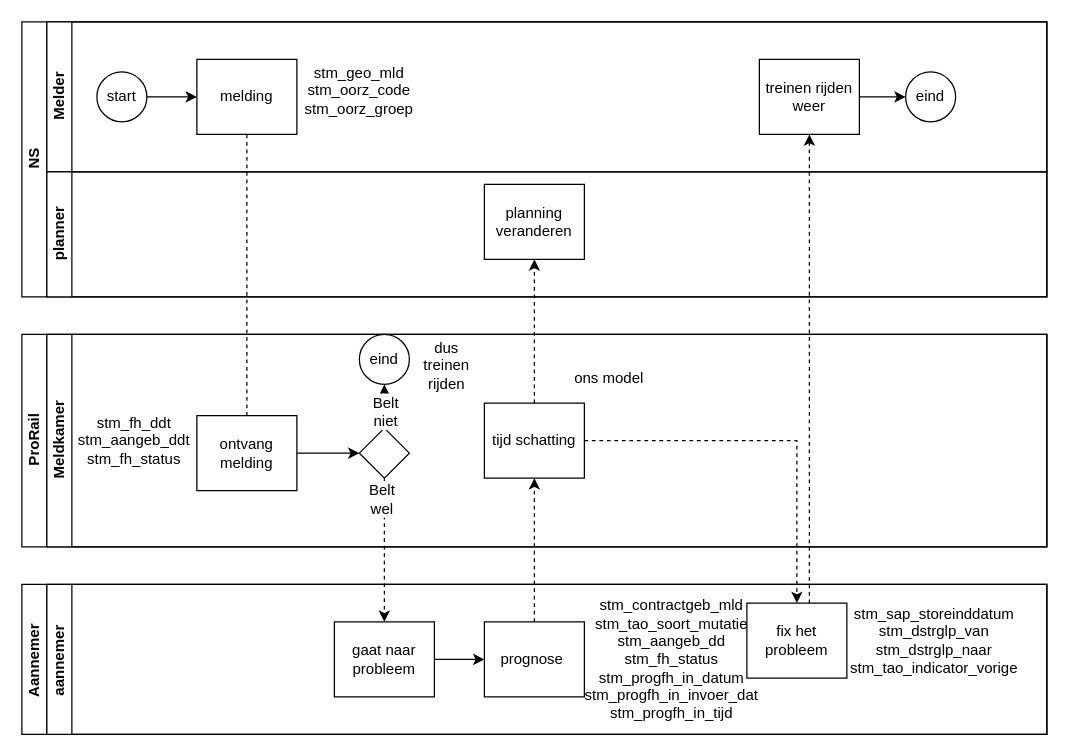
Before: BPMN.drawio in MightyPiggie/data-driven-bussines-ai-2024, a draw.io diagram. Source tidied: cells renumbered, new cells numbered last; positions are measured from the earlier drawing's top-left corner, leaving out a move shared by most shapes. Both pictures are drawn from the tidied source at 125%, with x=0, y=0 at pixel (21, 21).
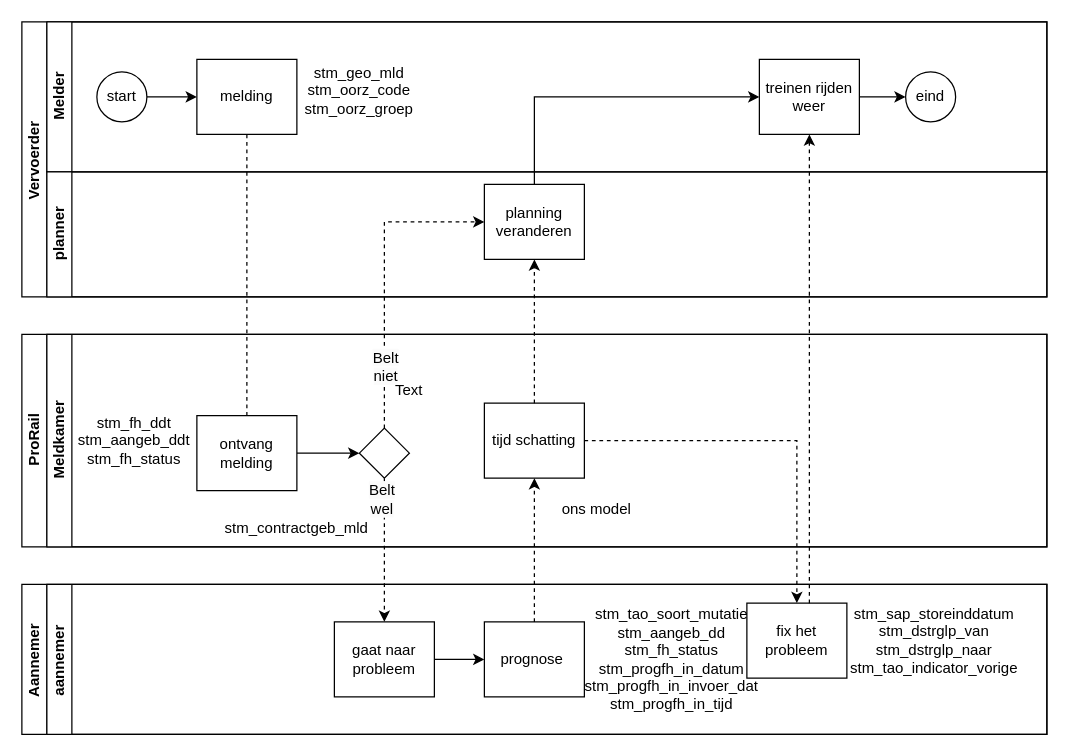
After the change.

The change refers to these unchanged cells:
```xml
<mxCell id="10" value="treinen rijden weer" style="rounded=0;whiteSpace=wrap;html=1;fontFamily=Helvetica;fontSize=12;fontColor=#000000;align=center;" parent="4" vertex="1">
  <mxGeometry x="570" y="30" width="80" height="60" as="geometry" />
</mxCell>
<mxCell id="12" value="planner" style="swimlane;html=1;startSize=20;horizontal=0;" parent="2" vertex="1">
  <mxGeometry x="20" y="120" width="800" height="100" as="geometry" />
</mxCell>
<mxCell id="14" value="planning veranderen" style="rounded=0;whiteSpace=wrap;html=1;fontFamily=Helvetica;fontSize=12;fontColor=#000000;align=center;" parent="12" vertex="1">
  <mxGeometry x="350" y="10" width="80" height="60" as="geometry" />
</mxCell>
<mxCell id="16" value="Meldkamer" style="swimlane;startSize=20;horizontal=0;html=1;" parent="15" vertex="1">
  <mxGeometry x="20" width="800" height="170" as="geometry" />
</mxCell>
<mxCell id="19" style="rhombus;whiteSpace=wrap;html=1;fontFamily=Helvetica;fontSize=12;fontColor=#000000;align=center;" parent="16" vertex="1">
  <mxGeometry x="250" y="75" width="40" height="40" as="geometry" />
</mxCell>
<mxCell id="25" value="aannemer&amp;nbsp;" style="swimlane;startSize=20;horizontal=0;html=1;" parent="24" vertex="1">
  <mxGeometry x="20" width="800" height="120" as="geometry" />
</mxCell>
```

Change to the diagram source:
```diff
@@
-    <mxCell id="2" value="NS" style="swimlane;html=1;horizontal=0;startSize=20;" parent="1" vertex="1">
+    <mxCell id="2" value="Vervoerder&amp;nbsp;" style="swimlane;html=1;horizontal=0;startSize=20;" parent="1" vertex="1">
       <mxGeometry width="820" height="220" as="geometry" />
     </mxCell>
@@
-    <mxCell id="13" value="eind" style="ellipse;whiteSpace=wrap;html=1;fontColor=#000000;" parent="12" vertex="1">
-      <mxGeometry x="250" y="130" width="40" height="40" as="geometry" />
-    </mxCell>
@@
+    <mxCell id="40" style="edgeStyle=orthogonalEdgeStyle;rounded=0;jettySize=auto;html=1;entryX=0;entryY=0.5;entryDx=0;entryDy=0;exitX=0.5;exitY=0;exitDx=0;exitDy=0;" parent="2" edge="1" source="14" target="10">
+      <mxGeometry relative="1" as="geometry" />
+    </mxCell>
@@
-    <mxCell id="20" value="dus treinen rijden" style="text;html=1;align=center;verticalAlign=middle;whiteSpace=wrap;rounded=0;" parent="16" vertex="1">
-      <mxGeometry x="290" y="10" width="60" height="30" as="geometry" />
-    </mxCell>
@@
     <mxCell id="22" value="ons model" style="text;html=1;align=center;verticalAlign=middle;whiteSpace=wrap;rounded=0;" parent="16" vertex="1">
-      <mxGeometry x="420" y="20" width="60" height="30" as="geometry" />
+      <mxGeometry x="410" y="125" width="60" height="30" as="geometry" />
     </mxCell>
@@
+    <mxCell id="41" value="stm_contractgeb_mld" style="text;html=1;align=center;verticalAlign=middle;whiteSpace=wrap;rounded=0;" parent="16" vertex="1">
+      <mxGeometry x="170" y="140" width="60" height="30" as="geometry" />
+    </mxCell>
@@
-    <mxCell id="30" value="&lt;div&gt;stm_contractgeb_mld&lt;/div&gt;&lt;div&gt;stm_tao_soort_mutatie&lt;/div&gt;&lt;div&gt;stm_aangeb_dd&lt;/div&gt;&lt;div&gt;stm_fh_status&lt;/div&gt;&lt;div&gt;stm_progfh_in_datum&lt;br&gt;&lt;/div&gt;&lt;div&gt;stm_progfh_in_invoer_dat&lt;br&gt;&lt;/div&gt;&lt;div&gt;stm_progfh_in_tijd&lt;/div&gt;" style="text;html=1;align=center;verticalAlign=middle;whiteSpace=wrap;rounded=0;" parent="25" vertex="1">
+    <mxCell id="30" value="&lt;div&gt;&lt;span style=&quot;background-color: initial;&quot;&gt;stm_tao_soort_mutatie&lt;/span&gt;&lt;br&gt;&lt;/div&gt;&lt;div&gt;stm_aangeb_dd&lt;/div&gt;&lt;div&gt;stm_fh_status&lt;/div&gt;&lt;div&gt;stm_progfh_in_datum&lt;br&gt;&lt;/div&gt;&lt;div&gt;stm_progfh_in_invoer_dat&lt;br&gt;&lt;/div&gt;&lt;div&gt;stm_progfh_in_tijd&lt;/div&gt;" style="text;html=1;align=center;verticalAlign=middle;whiteSpace=wrap;rounded=0;" parent="25" vertex="1">
       <mxGeometry x="470" y="45" width="60" height="30" as="geometry" />
     </mxCell>
@@
-    <mxCell id="32" style="edgeStyle=orthogonalEdgeStyle;rounded=0;jettySize=auto;html=1;" parent="1" edge="1" source="19" target="13">
-      <mxGeometry relative="1" as="geometry" />
+    <mxCell id="32" style="edgeStyle=orthogonalEdgeStyle;rounded=0;jettySize=auto;html=1;entryX=0;entryY=0.5;entryDx=0;entryDy=0;dashed=1;" parent="1" edge="1" source="19" target="14">
+      <mxGeometry relative="1" as="geometry">
+        <Array as="points">
+          <mxPoint x="290" y="160" />
+        </Array>
+      </mxGeometry>
     </mxCell>
     <mxCell id="33" value="&lt;span style=&quot;font-size: 12px; text-wrap: wrap; background-color: rgb(251, 251, 251);&quot;&gt;Belt niet&lt;/span&gt;" style="edgeLabel;html=1;align=center;verticalAlign=middle;" parent="32" vertex="1">
-      <mxGeometry x="-0.38" relative="1" as="geometry" />
+      <mxGeometry x="-0.38" relative="1" as="geometry">
+        <mxPoint y="26" as="offset" />
+      </mxGeometry>
     </mxCell>
@@
+    <mxCell id="42" value="Text" style="text;html=1;align=center;verticalAlign=middle;whiteSpace=wrap;rounded=0;" parent="1" vertex="1">
+      <mxGeometry x="280" y="280" width="60" height="30" as="geometry" />
+    </mxCell>
```
